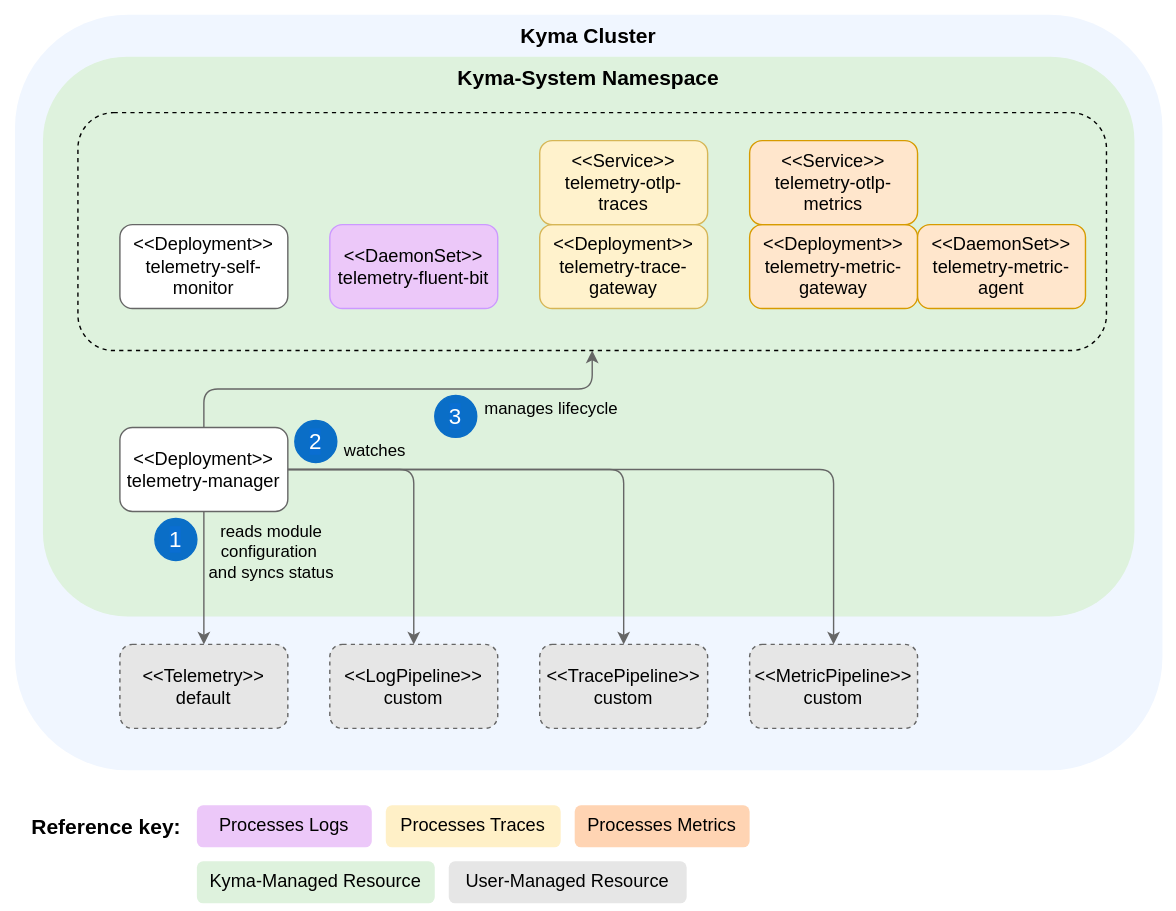
Earlier version of the draw.io export docs/user/assets/manager-resources.drawio.svg (kyma-project/telemetry-manager). Source tidied: cells renumbered, new cells last; positions are measured from the earlier drawing's top-left corner, leaving out a move shared by most shapes.
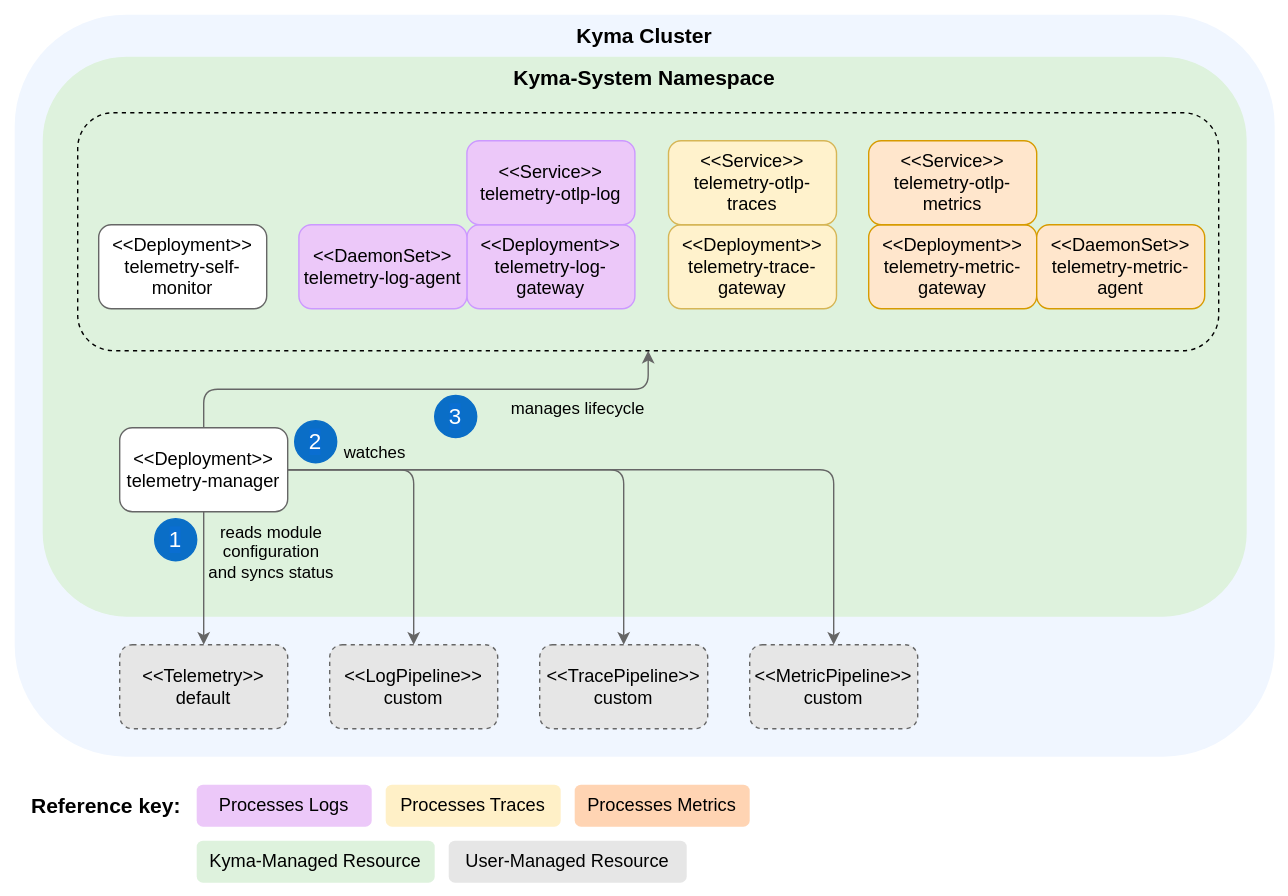
Above is the later version.

What changed in the source:
```diff
@@ -3,30 +3,30 @@
     <mxCell id="0" />
     <mxCell id="1" parent="0" />
     <mxCell id="2" style="rounded=0;whiteSpace=wrap;html=1;fillColor=#FFFFFF;strokeColor=none;" parent="1" vertex="1">
-      <mxGeometry width="840" height="650" as="geometry" />
+      <mxGeometry width="920" height="640" as="geometry" />
     </mxCell>
-    <mxCell id="3" value="&lt;b style=&quot;color: rgb(0, 0, 0); font-size: 15px;&quot;&gt;&lt;font style=&quot;font-size: 15px;&quot;&gt;Kyma Cluster&lt;br style=&quot;font-size: 15px;&quot;&gt;&lt;/font&gt;&lt;/b&gt;" style="rounded=1;whiteSpace=wrap;html=1;fillColor=#F0F6FF;strokeColor=none;fontColor=#333333;verticalAlign=top;fontSize=15;" parent="1" vertex="1">
-      <mxGeometry x="10" y="10" width="820" height="540" as="geometry" />
+    <mxCell id="3" value="&lt;b style=&quot;font-size: 15px;&quot;&gt;&lt;font style=&quot;font-size: 15px;&quot;&gt;Kyma Cluster&lt;br style=&quot;font-size: 15px;&quot;&gt;&lt;/font&gt;&lt;/b&gt;" style="rounded=1;whiteSpace=wrap;html=1;fillColor=#F0F6FF;strokeColor=none;fontColor=#000000;verticalAlign=top;fontSize=15;" parent="1" vertex="1">
+      <mxGeometry x="10" y="10" width="900" height="530" as="geometry" />
     </mxCell>
-    <mxCell id="4" value="&lt;font style=&quot;font-size: 15px;&quot;&gt;&lt;b&gt;Reference key:&lt;/b&gt;&lt;/font&gt;" style="text;html=1;align=center;verticalAlign=middle;strokeColor=none;fillColor=default;" parent="1" vertex="1">
-      <mxGeometry x="10" y="575" width="130" height="30" as="geometry" />
+    <mxCell id="4" value="&lt;font style=&quot;font-size: 15px;&quot;&gt;&lt;b&gt;Reference key:&lt;/b&gt;&lt;/font&gt;" style="text;html=1;align=center;verticalAlign=middle;strokeColor=none;fillColor=#FFFFFF;fontColor=#000000;" parent="1" vertex="1">
+      <mxGeometry x="10" y="560" width="130" height="30" as="geometry" />
     </mxCell>
     <mxCell id="5" value="&lt;span style=&quot;color: rgb(0, 0, 0); font-family: Helvetica; font-size: 13px; font-style: normal; font-variant-ligatures: normal; font-variant-caps: normal; font-weight: 400; letter-spacing: normal; orphans: 2; text-indent: 0px; text-transform: none; widows: 2; word-spacing: 0px; -webkit-text-stroke-width: 0px; text-decoration-thickness: initial; text-decoration-style: initial; text-decoration-color: initial; float: none; display: inline !important;&quot;&gt;Processes Logs&lt;/span&gt;" style="text;whiteSpace=wrap;html=1;strokeColor=none;rounded=1;fillColor=#ecc8f9;align=center;fontSize=13;" parent="1" vertex="1">
-      <mxGeometry x="140" y="575" width="125" height="30" as="geometry" />
+      <mxGeometry x="140" y="560" width="125" height="30" as="geometry" />
     </mxCell>
     <mxCell id="6" value="&lt;span style=&quot;color: rgb(0, 0, 0); font-family: Helvetica; font-size: 13px; font-style: normal; font-variant-ligatures: normal; font-variant-caps: normal; font-weight: 400; letter-spacing: normal; orphans: 2; text-indent: 0px; text-transform: none; widows: 2; word-spacing: 0px; -webkit-text-stroke-width: 0px; text-decoration-thickness: initial; text-decoration-style: initial; text-decoration-color: initial; float: none; display: inline !important;&quot;&gt;Processes Traces&lt;/span&gt;" style="text;whiteSpace=wrap;html=1;strokeColor=none;rounded=1;fillColor=#fff0c7;align=center;fontSize=13;" parent="1" vertex="1">
-      <mxGeometry x="275" y="575" width="125" height="30" as="geometry" />
+      <mxGeometry x="275" y="560" width="125" height="30" as="geometry" />
     </mxCell>
     <mxCell id="7" value="&lt;span style=&quot;color: rgb(0, 0, 0); font-family: Helvetica; font-size: 13px; font-style: normal; font-variant-ligatures: normal; font-variant-caps: normal; font-weight: 400; letter-spacing: normal; orphans: 2; text-indent: 0px; text-transform: none; widows: 2; word-spacing: 0px; -webkit-text-stroke-width: 0px; text-decoration-thickness: initial; text-decoration-style: initial; text-decoration-color: initial; float: none; display: inline !important;&quot;&gt;Processes Metrics&lt;/span&gt;" style="text;whiteSpace=wrap;html=1;strokeColor=none;rounded=1;fillColor=#ffd4b3;align=center;fontSize=13;" parent="1" vertex="1">
-      <mxGeometry x="410" y="575" width="125" height="30" as="geometry" />
+      <mxGeometry x="410" y="560" width="125" height="30" as="geometry" />
     </mxCell>
     <mxCell id="8" value="&lt;b style=&quot;color: rgb(0, 0, 0); font-size: 15px;&quot;&gt;Kyma-System Namespace&lt;br style=&quot;font-size: 15px;&quot;&gt;&lt;/b&gt;" style="rounded=1;whiteSpace=wrap;html=1;dashed=1;fillColor=#DEF2DD;strokeColor=none;verticalAlign=top;fontSize=15;" parent="1" vertex="1">
-      <mxGeometry x="30" y="40" width="780" height="400" as="geometry" />
+      <mxGeometry x="30" y="40" width="860" height="400" as="geometry" />
     </mxCell>
     <mxCell id="9" style="rounded=1;html=1;exitX=0.5;exitY=0;exitDx=0;exitDy=0;entryX=0.5;entryY=1;entryDx=0;entryDy=0;elbow=vertical;strokeColor=#666666;edgeStyle=orthogonalEdgeStyle;" parent="1" edge="1" source="13" target="22">
       <mxGeometry relative="1" as="geometry" />
     </mxCell>
-    <mxCell id="10" value="&lt;span style=&quot;font-size: 12px;&quot;&gt;manages&amp;nbsp;&lt;/span&gt;&lt;span style=&quot;font-size: 12px;&quot;&gt;lifecycle&lt;/span&gt;" style="edgeLabel;html=1;align=center;verticalAlign=middle;labelBackgroundColor=none;fontSize=12;" parent="9" vertex="1">
+    <mxCell id="10" value="&lt;span style=&quot;font-size: 12px;&quot;&gt;manages&amp;nbsp;&lt;/span&gt;&lt;span style=&quot;font-size: 12px;&quot;&gt;lifecycle&lt;/span&gt;" style="edgeLabel;html=1;align=center;verticalAlign=middle;labelBackgroundColor=none;fontSize=12;fontColor=#000000;" parent="9" vertex="1">
       <mxGeometry x="-0.05" y="-1" relative="1" as="geometry">
         <mxPoint x="117" y="13" as="offset" />
       </mxGeometry>
@@ -37,7 +37,7 @@
     <mxCell id="12" style="edgeStyle=orthogonalEdgeStyle;rounded=1;html=1;exitX=1;exitY=0.5;exitDx=0;exitDy=0;entryX=0.5;entryY=0;entryDx=0;entryDy=0;elbow=vertical;strokeColor=#666666;" parent="1" edge="1" source="13" target="15">
       <mxGeometry relative="1" as="geometry" />
     </mxCell>
-    <mxCell id="13" value="&amp;lt;&amp;lt;Deployment&amp;gt;&amp;gt;&lt;br style=&quot;font-size: 13px;&quot;&gt;telemetry-manager" style="rounded=1;whiteSpace=wrap;html=1;strokeColor=#666666;fontSize=13;" parent="1" vertex="1">
+    <mxCell id="13" value="&amp;lt;&amp;lt;Deployment&amp;gt;&amp;gt;&lt;br style=&quot;font-size: 13px;&quot;&gt;telemetry-manager" style="rounded=1;whiteSpace=wrap;html=1;strokeColor=#666666;fontSize=13;fillColor=#FFFFFF;" parent="1" vertex="1">
       <mxGeometry x="85" y="305" width="120" height="60" as="geometry" />
     </mxCell>
     <mxCell id="14" value="&amp;lt;&amp;lt;MetricPipeline&amp;gt;&amp;gt;&lt;br style=&quot;font-size: 13px;&quot;&gt;custom" style="rounded=1;whiteSpace=wrap;html=1;dashed=1;strokeColor=#666666;fontSize=13;fillColor=#E6E6E6;" parent="1" vertex="1">
@@ -52,7 +52,7 @@
     <mxCell id="17" style="edgeStyle=orthogonalEdgeStyle;rounded=1;html=1;exitX=0.5;exitY=1;exitDx=0;exitDy=0;entryX=0.5;entryY=0;entryDx=0;entryDy=0;elbow=vertical;strokeColor=#666666;" parent="1" edge="1" source="13" target="16">
       <mxGeometry relative="1" as="geometry" />
     </mxCell>
-    <mxCell id="18" value="reads module &lt;br&gt;configuration&amp;nbsp;&lt;br&gt;and syncs status" style="edgeLabel;html=1;align=center;verticalAlign=middle;labelBackgroundColor=none;fontSize=12;" parent="17" vertex="1">
+    <mxCell id="18" value="reads module &lt;br&gt;configuration&amp;nbsp;&lt;br&gt;and syncs status" style="edgeLabel;html=1;align=center;verticalAlign=middle;labelBackgroundColor=none;fontSize=12;fontColor=#000000;" parent="17" vertex="1">
       <mxGeometry x="0.04" y="1" relative="1" as="geometry">
         <mxPoint x="46" y="-21" as="offset" />
       </mxGeometry>
@@ -63,34 +63,31 @@
     <mxCell id="20" style="edgeStyle=orthogonalEdgeStyle;rounded=1;html=1;exitX=1;exitY=0.5;exitDx=0;exitDy=0;entryX=0.5;entryY=0;entryDx=0;entryDy=0;elbow=vertical;strokeColor=#666666;" parent="1" edge="1" source="13" target="19">
       <mxGeometry relative="1" as="geometry" />
     </mxCell>
-    <mxCell id="21" value="watches" style="edgeLabel;html=1;align=center;verticalAlign=middle;labelBackgroundColor=none;fontSize=12;" parent="20" vertex="1">
+    <mxCell id="21" value="watches" style="edgeLabel;html=1;align=center;verticalAlign=middle;labelBackgroundColor=none;fontSize=12;fontColor=#000000;" parent="20" vertex="1">
       <mxGeometry x="0.04" y="1" relative="1" as="geometry">
         <mxPoint x="-30" y="-35" as="offset" />
       </mxGeometry>
     </mxCell>
     <mxCell id="22" style="rounded=1;whiteSpace=wrap;html=1;dashed=1;fontSize=13;fillColor=none;" parent="1" vertex="1">
-      <mxGeometry x="55" y="80" width="735" height="170" as="geometry" />
+      <mxGeometry x="55" y="80" width="815" height="170" as="geometry" />
     </mxCell>
     <mxCell id="23" value="&lt;font style=&quot;font-size: 13px;&quot;&gt;&amp;lt;&amp;lt;Deployment&amp;gt;&amp;gt;&lt;br style=&quot;font-size: 13px;&quot;&gt;telemetry-trace-gateway&lt;/font&gt;" style="rounded=1;whiteSpace=wrap;html=1;strokeColor=#d6b656;fillColor=#fff2cc;fontSize=13;" parent="1" vertex="1">
-      <mxGeometry x="385" y="160" width="120" height="60" as="geometry" />
+      <mxGeometry x="477" y="160" width="120" height="60" as="geometry" />
     </mxCell>
-    <mxCell id="24" value="&amp;lt;&amp;lt;DaemonSet&amp;gt;&amp;gt;&lt;br style=&quot;font-size: 13px;&quot;&gt;telemetry-fluent-bit" style="rounded=1;whiteSpace=wrap;html=1;strokeColor=#cc99ff;fontSize=13;fillColor=#ECC8F9;" parent="1" vertex="1">
-      <mxGeometry x="235" y="160" width="120" height="60" as="geometry" />
-    </mxCell>
     <mxCell id="25" value="&amp;lt;&amp;lt;Service&amp;gt;&amp;gt;&lt;br style=&quot;font-size: 13px;&quot;&gt;telemetry-otlp-traces" style="rounded=1;whiteSpace=wrap;html=1;strokeColor=#d6b656;fontSize=13;fillColor=#fff2cc;" parent="1" vertex="1">
-      <mxGeometry x="385" y="100" width="120" height="60" as="geometry" />
+      <mxGeometry x="477" y="100" width="120" height="60" as="geometry" />
     </mxCell>
-    <mxCell id="26" value="&amp;lt;&amp;lt;Deployment&amp;gt;&amp;gt;&lt;br style=&quot;font-size: 13px;&quot;&gt;telemetry-self-monitor" style="rounded=1;whiteSpace=wrap;html=1;strokeColor=#666666;fontSize=13;" parent="1" vertex="1">
-      <mxGeometry x="85" y="160" width="120" height="60" as="geometry" />
+    <mxCell id="26" value="&amp;lt;&amp;lt;Deployment&amp;gt;&amp;gt;&lt;br style=&quot;font-size: 13px;&quot;&gt;telemetry-self-monitor" style="rounded=1;whiteSpace=wrap;html=1;strokeColor=#666666;fontSize=13;fillColor=#FFFFFF;" parent="1" vertex="1">
+      <mxGeometry x="70" y="160" width="120" height="60" as="geometry" />
     </mxCell>
     <mxCell id="27" value="&amp;lt;&amp;lt;Deployment&amp;gt;&amp;gt;&lt;br style=&quot;font-size: 13px;&quot;&gt;telemetry-metric-gateway" style="rounded=1;whiteSpace=wrap;html=1;strokeColor=#d79b00;fontSize=13;fillColor=#ffe6cc;" parent="1" vertex="1">
-      <mxGeometry x="535" y="160" width="120" height="60" as="geometry" />
+      <mxGeometry x="620" y="160" width="120" height="60" as="geometry" />
     </mxCell>
     <mxCell id="28" value="&amp;lt;&amp;lt;DaemonSet&amp;gt;&amp;gt;&lt;br style=&quot;font-size: 13px;&quot;&gt;telemetry-metric-agent" style="rounded=1;whiteSpace=wrap;html=1;strokeColor=#d79b00;fontSize=13;fillColor=#ffe6cc;" parent="1" vertex="1">
-      <mxGeometry x="655" y="160" width="120" height="60" as="geometry" />
+      <mxGeometry x="740" y="160" width="120" height="60" as="geometry" />
     </mxCell>
     <mxCell id="29" value="&amp;lt;&amp;lt;Service&amp;gt;&amp;gt;&lt;br style=&quot;font-size: 13px;&quot;&gt;telemetry-otlp-metrics" style="rounded=1;whiteSpace=wrap;html=1;strokeColor=#d79b00;fontSize=13;fillColor=#ffe6cc;" parent="1" vertex="1">
-      <mxGeometry x="535" y="100" width="120" height="60" as="geometry" />
+      <mxGeometry x="620" y="100" width="120" height="60" as="geometry" />
     </mxCell>
     <mxCell id="30" value="&lt;span style=&quot;font-size: 16px;&quot;&gt;2&lt;/span&gt;" style="ellipse;whiteSpace=wrap;html=1;labelBackgroundColor=#0A6ED1;fontColor=#FFFFFF;fillColor=#0A6EC7;strokeColor=#0A6EC7;" parent="1" vertex="1">
       <mxGeometry x="210" y="300" width="30" height="30" as="geometry" />
@@ -102,10 +99,19 @@
       <mxGeometry x="310" y="282" width="30" height="30" as="geometry" />
     </mxCell>
     <mxCell id="33" value="&lt;span style=&quot;color: rgb(0, 0, 0); font-family: Helvetica; font-size: 13px; font-style: normal; font-variant-ligatures: normal; font-variant-caps: normal; font-weight: 400; letter-spacing: normal; orphans: 2; text-indent: 0px; text-transform: none; widows: 2; word-spacing: 0px; -webkit-text-stroke-width: 0px; text-decoration-thickness: initial; text-decoration-style: initial; text-decoration-color: initial; float: none; display: inline !important;&quot;&gt;User-Managed Resource&lt;/span&gt;" style="text;whiteSpace=wrap;html=1;strokeColor=none;rounded=1;fillColor=#e6e6e6;align=center;fontSize=13;" parent="1" vertex="1">
-      <mxGeometry x="320" y="615" width="170" height="30" as="geometry" />
+      <mxGeometry x="320" y="600" width="170" height="30" as="geometry" />
     </mxCell>
     <mxCell id="34" value="&lt;span style=&quot;color: rgb(0, 0, 0); font-family: Helvetica; font-size: 13px; font-style: normal; font-variant-ligatures: normal; font-variant-caps: normal; font-weight: 400; letter-spacing: normal; orphans: 2; text-indent: 0px; text-transform: none; widows: 2; word-spacing: 0px; -webkit-text-stroke-width: 0px; text-decoration-thickness: initial; text-decoration-style: initial; text-decoration-color: initial; float: none; display: inline !important;&quot;&gt;Kyma-Managed Resource&lt;/span&gt;" style="text;whiteSpace=wrap;html=1;strokeColor=none;rounded=1;fillColor=#def2dd;align=center;" parent="1" vertex="1">
-      <mxGeometry x="140" y="615" width="170" height="30" as="geometry" />
+      <mxGeometry x="140" y="600" width="170" height="30" as="geometry" />
     </mxCell>
+    <mxCell id="35" value="&amp;lt;&amp;lt;Deployment&amp;gt;&amp;gt;&lt;br style=&quot;font-size: 13px;&quot;&gt;telemetry-log-gateway" style="rounded=1;whiteSpace=wrap;html=1;strokeColor=#CC99FF;fontSize=13;fillColor=#ECC8F9;" parent="1" vertex="1">
+      <mxGeometry x="333" y="160" width="120" height="60" as="geometry" />
+    </mxCell>
+    <mxCell id="36" value="&amp;lt;&amp;lt;DaemonSet&amp;gt;&amp;gt;&lt;br style=&quot;font-size: 13px;&quot;&gt;telemetry-log-agent" style="rounded=1;whiteSpace=wrap;html=1;strokeColor=#CC99FF;fontSize=13;fillColor=#ECC8F9;" parent="1" vertex="1">
+      <mxGeometry x="213" y="160" width="120" height="60" as="geometry" />
+    </mxCell>
+    <mxCell id="37" value="&amp;lt;&amp;lt;Service&amp;gt;&amp;gt;&lt;br style=&quot;font-size: 13px;&quot;&gt;telemetry-otlp-log" style="rounded=1;whiteSpace=wrap;html=1;strokeColor=#CC99FF;fontSize=13;fillColor=#ECC8F9;" parent="1" vertex="1">
+      <mxGeometry x="333" y="100" width="120" height="60" as="geometry" />
+    </mxCell>
   </root>
 </mxGraphModel>
```
